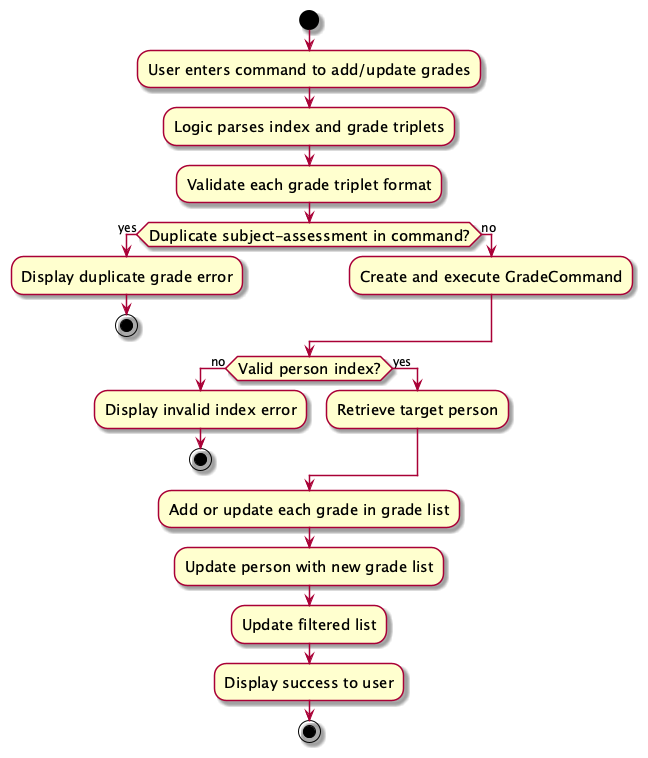
tonyvict/tp keeps this PlantUML diagram as docs/images/GradeCommandActivityDiagram.png. Above is the earlier version.
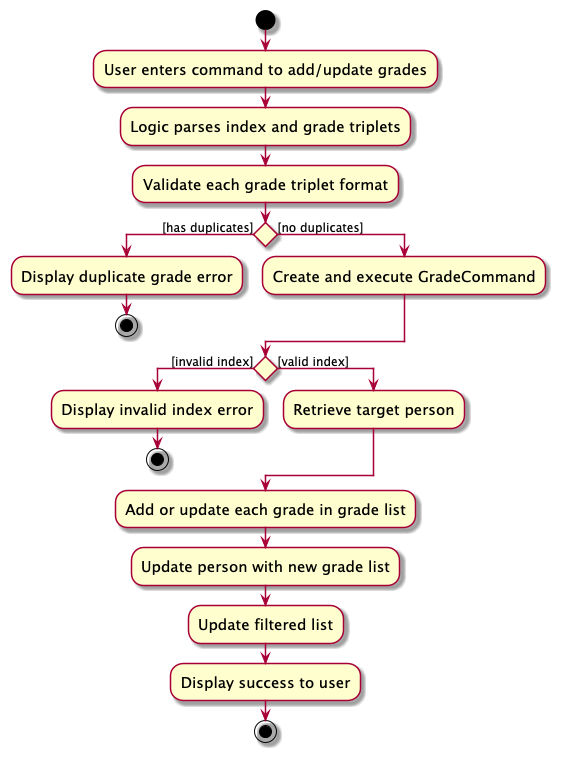
The same diagram one commit later.

Commit message:
Update activity diagrams

What changed in the source:
```diff
@@ -6,16 +6,16 @@
 :User enters command to add/update grades;
 :Logic parses index and grade triplets;
 :Validate each grade triplet format;
-if (Duplicate subject-assessment in command?) then (yes)
+if () then ([has duplicates])
   :Display duplicate grade error;
   stop
-else (no)
+else ([no duplicates])
   :Create and execute GradeCommand;
 endif
-if (Valid person index?) then (no)
+if () then ([invalid index])
   :Display invalid index error;
   stop
-else (yes)
+else ([valid index])
   :Retrieve target person;
 endif
 :Add or update each grade in grade list;
```
